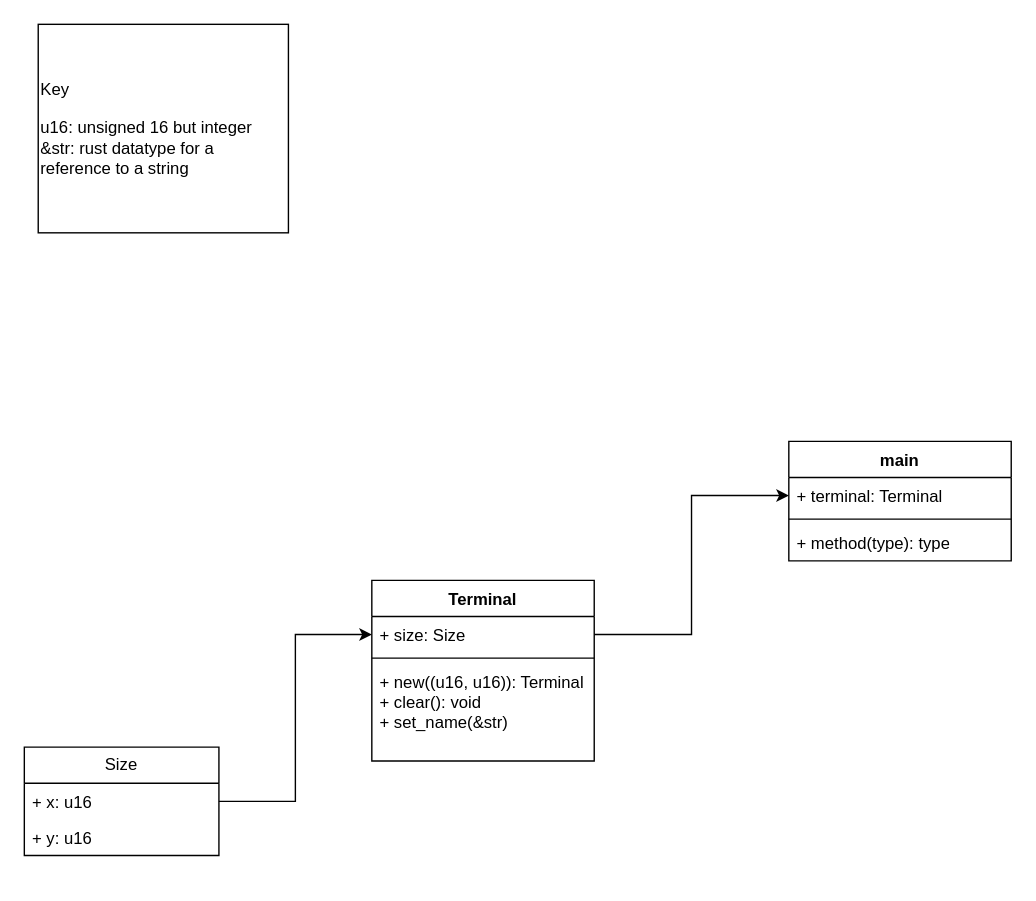
Earlier version of the draw.io diagram img/pico-uml.drawio (AllLiver/pine). Source tidied: cells renumbered, new cells numbered last; positions are measured from the earlier drawing's top-left corner, leaving out a move shared by most shapes. Both pictures are drawn from the tidied source at 139%, with x=0, y=0 at pixel (24, 24).
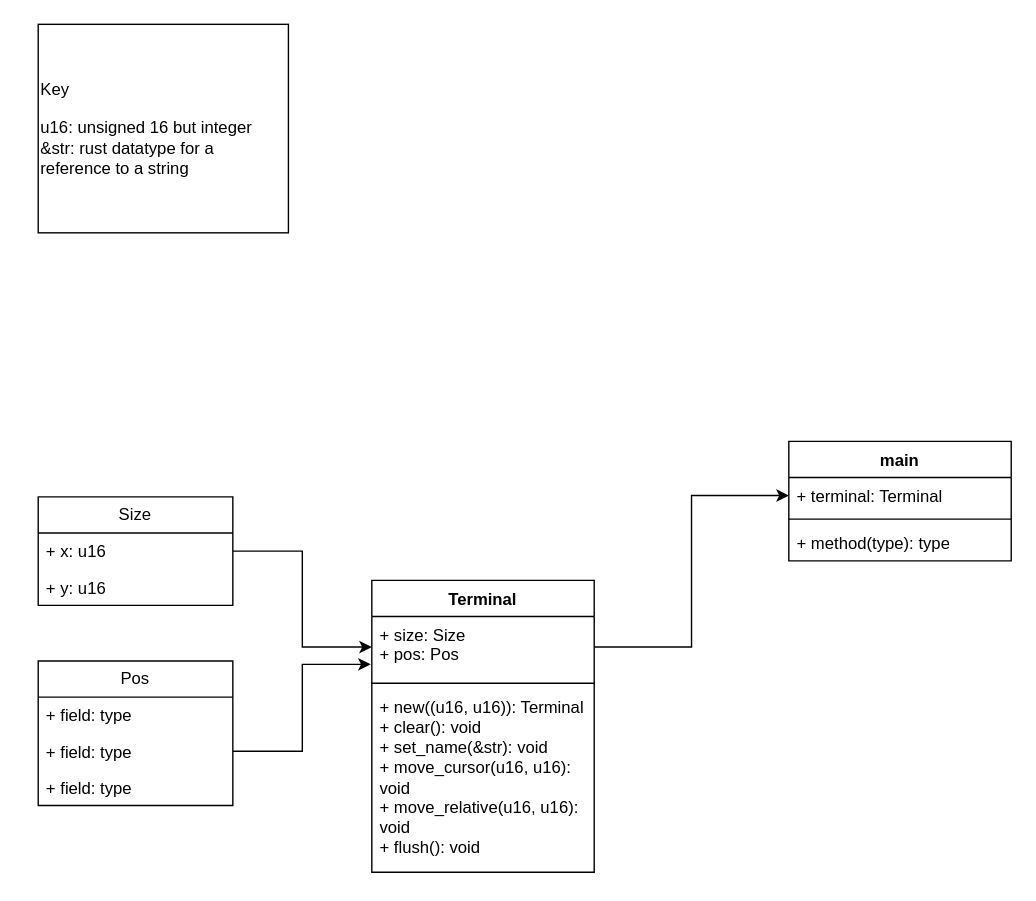
After the change.

Diff of the diagram source:
```diff
@@
     <mxCell id="2" value="Terminal" style="swimlane;fontStyle=1;align=center;verticalAlign=top;horizontal=1;startSize=26;whiteSpace=wrap;html=1;" parent="1" vertex="1">
-      <mxGeometry x="250" y="400" width="160" height="130" as="geometry" />
+      <mxGeometry x="250" y="400" width="160" height="210" as="geometry" />
     </mxCell>
-    <mxCell id="3" value="+ size: Size" style="text;strokeColor=none;fillColor=none;align=left;verticalAlign=top;spacingLeft=4;spacingRight=4;overflow=hidden;points=[[0,0.5],[1,0.5]];portConstraint=eastwest;whiteSpace=wrap;html=1;" parent="2" vertex="1">
-      <mxGeometry y="26" width="160" height="26" as="geometry" />
+    <mxCell id="3" value="+ size: Size&lt;div&gt;+ pos: Pos&lt;br&gt;&lt;div&gt;&lt;br&gt;&lt;/div&gt;&lt;/div&gt;" style="text;strokeColor=none;fillColor=none;align=left;verticalAlign=top;spacingLeft=4;spacingRight=4;overflow=hidden;points=[[0,0.5],[1,0.5]];portConstraint=eastwest;whiteSpace=wrap;html=1;" parent="2" vertex="1">
+      <mxGeometry y="26" width="160" height="44" as="geometry" />
     </mxCell>
     <mxCell id="4" style="line;strokeWidth=1;fillColor=none;align=left;verticalAlign=middle;spacingTop=-1;spacingLeft=3;spacingRight=3;labelPosition=right;strokeColor=inherit;" parent="2" vertex="1">
-      <mxGeometry y="52" width="160" height="8" as="geometry" />
+      <mxGeometry y="70" width="160" height="8" as="geometry" />
     </mxCell>
-    <mxCell id="5" value="&lt;div&gt;+ new((u16, u16)): Terminal&lt;/div&gt;+ clear(): void&lt;div&gt;+ set_name(&amp;amp;str)&lt;/div&gt;" style="text;strokeColor=none;fillColor=none;align=left;verticalAlign=top;spacingLeft=4;spacingRight=4;overflow=hidden;whiteSpace=wrap;html=1;" parent="2" vertex="1">
-      <mxGeometry y="60" width="160" height="70" as="geometry" />
+    <mxCell id="5" value="&lt;div&gt;+ new((u16, u16)): Terminal&lt;/div&gt;+ clear(): void&lt;div&gt;+ set_name(&amp;amp;str): void&lt;/div&gt;&lt;div&gt;+&lt;span style=&quot;background-color: initial;&quot;&gt;&amp;nbsp;move_cursor(u16, u16): void&lt;/span&gt;&lt;/div&gt;&lt;div&gt;&lt;span style=&quot;background-color: initial;&quot;&gt;+ move_relative(u16, u16): void&lt;/span&gt;&lt;/div&gt;&lt;div&gt;&lt;span style=&quot;background-color: initial;&quot;&gt;+ flush(): void&lt;/span&gt;&lt;/div&gt;" style="text;strokeColor=none;fillColor=none;align=left;verticalAlign=top;spacingLeft=4;spacingRight=4;overflow=hidden;whiteSpace=wrap;html=1;" parent="2" vertex="1">
+      <mxGeometry y="78" width="160" height="132" as="geometry" />
     </mxCell>
@@
     <mxCell id="12" value="Size" style="swimlane;fontStyle=0;horizontal=1;startSize=26;fillColor=none;whiteSpace=wrap;html=1;" parent="1" vertex="1">
-      <mxGeometry y="520" width="140" height="78" as="geometry" />
+      <mxGeometry x="10" y="340" width="140" height="78" as="geometry" />
     </mxCell>
@@
+    <mxCell id="16" value="Pos" style="swimlane;fontStyle=0;horizontal=1;startSize=26;fillColor=none;whiteSpace=wrap;html=1;" parent="1" vertex="1">
+      <mxGeometry x="10" y="458" width="140" height="104" as="geometry" />
+    </mxCell>
+    <mxCell id="17" value="+ field: type" style="text;strokeColor=none;fillColor=none;align=left;verticalAlign=top;spacingLeft=4;spacingRight=4;overflow=hidden;whiteSpace=wrap;html=1;" parent="16" vertex="1">
+      <mxGeometry y="26" width="140" height="26" as="geometry" />
+    </mxCell>
+    <mxCell id="18" value="+ field: type" style="text;strokeColor=none;fillColor=none;align=left;verticalAlign=top;spacingLeft=4;spacingRight=4;overflow=hidden;points=[[0,0.5],[1,0.5]];portConstraint=eastwest;whiteSpace=wrap;html=1;" parent="16" vertex="1">
+      <mxGeometry y="52" width="140" height="26" as="geometry" />
+    </mxCell>
+    <mxCell id="19" value="+ field: type" style="text;strokeColor=none;fillColor=none;align=left;verticalAlign=top;spacingLeft=4;spacingRight=4;overflow=hidden;whiteSpace=wrap;html=1;" parent="16" vertex="1">
+      <mxGeometry y="78" width="140" height="26" as="geometry" />
+    </mxCell>
+    <mxCell id="20" style="edgeStyle=orthogonalEdgeStyle;rounded=0;jettySize=auto;html=1;exitX=1;exitY=0.5;exitDx=0;exitDy=0;entryX=-0.005;entryY=0.783;entryDx=0;entryDy=0;entryPerimeter=0;" parent="1" edge="1" source="18" target="3">
+      <mxGeometry relative="1" as="geometry" />
+    </mxCell>
```
